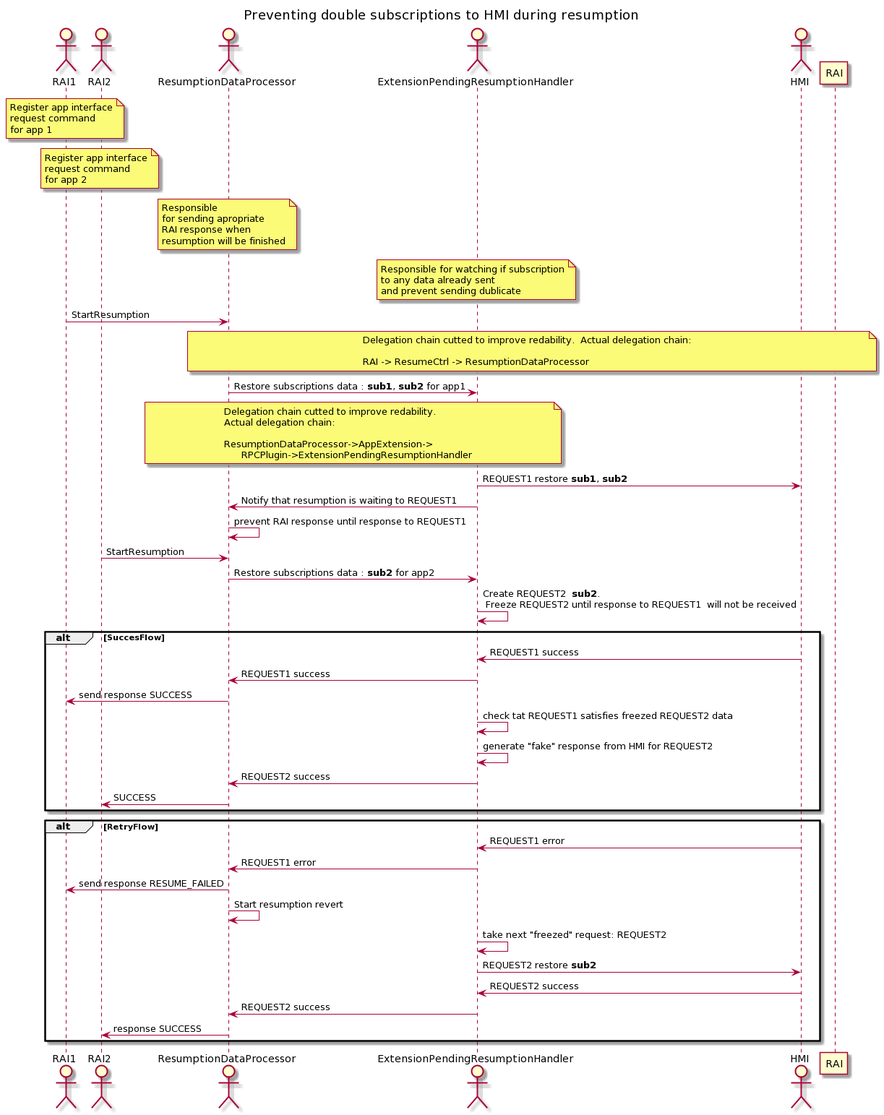
The PlantUML diagram docs/Developer Documentation/ResumeController/assets/subscriptoins_restore_sequence.png in smartdevicelink/sdl_core_guides, before a commit. Source of this version:
```plantuml
@startuml
title Preventing double subscriptions to HMI during resumption

actor RAI1
actor RAI2
actor ResumptionDataProcessor
actor ExtensionPendingResumptionHandler
actor HMI

note over RAI1
  Register app interface
  request command
  for app 1
end note


note over RAI2
  Register app interface
  request command
  for app 2
end note

note over ResumptionDataProcessor
  Responsible
  for sending apropriate
  RAI response when
  resumption will be finished
end note

note over ExtensionPendingResumptionHandler
  Responsible for watching if subscription
  to any data already sent
  and prevent sending dublicate
end note

RAI1 -> ResumptionDataProcessor : StartResumption
note over RAI, ResumptionDataProcessor
  Delegation chain cutted to improve redability.  Actual delegation chain:

  RAI -> ResumeCtrl -> ResumptionDataProcessor
end note

ResumptionDataProcessor -> ExtensionPendingResumptionHandler : Restore subscriptions data : **sub1**, **sub2** for app1
note over ResumptionDataProcessor, ExtensionPendingResumptionHandler
  Delegation chain cutted to improve redability.
  Actual delegation chain:

  ResumptionDataProcessor->AppExtension->
        RPCPlugin->ExtensionPendingResumptionHandler
end note
ExtensionPendingResumptionHandler -> HMI : REQUEST1 restore **sub1**, **sub2**
ExtensionPendingResumptionHandler -> ResumptionDataProcessor : Notify that resumption is waiting to REQUEST1
ResumptionDataProcessor -> ResumptionDataProcessor : prevent RAI response until response to REQUEST1
RAI2 -> ResumptionDataProcessor : StartResumption
ResumptionDataProcessor -> ExtensionPendingResumptionHandler : Restore subscriptions data : **sub2** for app2
ExtensionPendingResumptionHandler -> ExtensionPendingResumptionHandler : Create REQUEST2  **sub2**. \n Freeze REQUEST2 until response to REQUEST1  will not be received

alt SuccesFlow
HMI -> ExtensionPendingResumptionHandler : REQUEST1 success
ExtensionPendingResumptionHandler -> ResumptionDataProcessor :  REQUEST1 success
ResumptionDataProcessor -> RAI1 : send response SUCCESS
ExtensionPendingResumptionHandler -> ExtensionPendingResumptionHandler : check tat REQUEST1 satisfies freezed REQUEST2 data
ExtensionPendingResumptionHandler -> ExtensionPendingResumptionHandler : generate "fake" response from HMI for REQUEST2
ExtensionPendingResumptionHandler -> ResumptionDataProcessor : REQUEST2 success
ResumptionDataProcessor -> RAI2 : SUCCESS
end

alt RetryFlow
HMI -> ExtensionPendingResumptionHandler : REQUEST1 error
ExtensionPendingResumptionHandler -> ResumptionDataProcessor :  REQUEST1 error
ResumptionDataProcessor -> RAI1 : send response RESUME_FAILED
ResumptionDataProcessor -> ResumptionDataProcessor : Start resumption revert
ExtensionPendingResumptionHandler -> ExtensionPendingResumptionHandler : take next "freezed" request: REQUEST2

ExtensionPendingResumptionHandler -> HMI :  REQUEST2 restore **sub2**
HMI -> ExtensionPendingResumptionHandler : REQUEST2 success
ExtensionPendingResumptionHandler -> ResumptionDataProcessor : REQUEST2 success
ResumptionDataProcessor -> RAI2 : response SUCCESS
end
@enduml
```
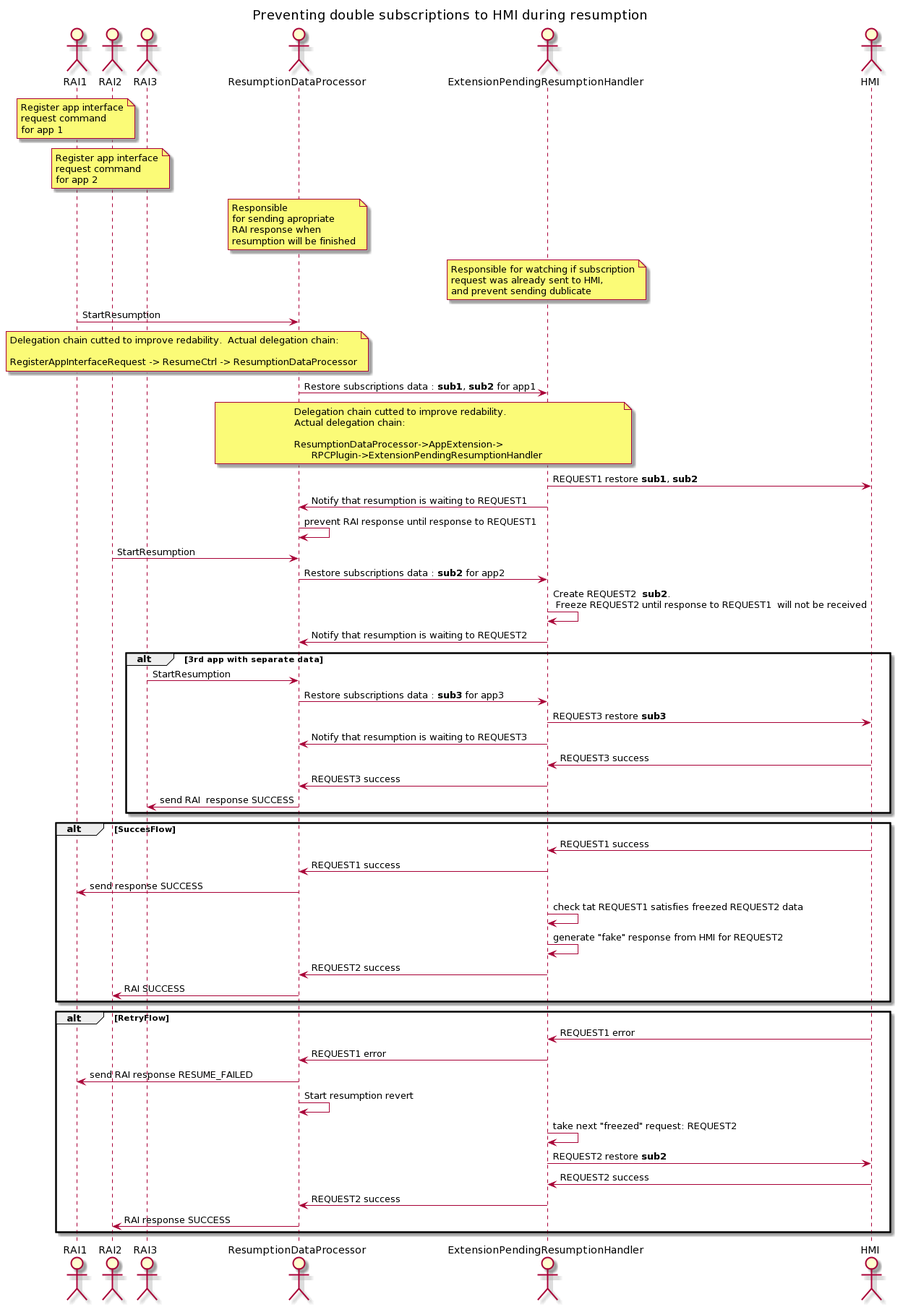
The same diagram one commit later.

Change to the diagram source:
```diff
@@ -3,6 +3,7 @@
 
 actor RAI1
 actor RAI2
+actor RAI3
 actor ResumptionDataProcessor
 actor ExtensionPendingResumptionHandler
 actor HMI
@@ -29,15 +30,15 @@
 
 note over ExtensionPendingResumptionHandler
   Responsible for watching if subscription
-  to any data already sent
+  request was already sent to HMI,
   and prevent sending dublicate
 end note
 
 RAI1 -> ResumptionDataProcessor : StartResumption
-note over RAI, ResumptionDataProcessor
+note over RAI1, ResumptionDataProcessor
   Delegation chain cutted to improve redability.  Actual delegation chain:
 
-  RAI -> ResumeCtrl -> ResumptionDataProcessor
+  RegisterAppInterfaceRequest -> ResumeCtrl -> ResumptionDataProcessor
 end note
 
 ResumptionDataProcessor -> ExtensionPendingResumptionHandler : Restore subscriptions data : **sub1**, **sub2** for app1
@@ -54,6 +55,17 @@
 RAI2 -> ResumptionDataProcessor : StartResumption
 ResumptionDataProcessor -> ExtensionPendingResumptionHandler : Restore subscriptions data : **sub2** for app2
 ExtensionPendingResumptionHandler -> ExtensionPendingResumptionHandler : Create REQUEST2  **sub2**. \n Freeze REQUEST2 until response to REQUEST1  will not be received
+ExtensionPendingResumptionHandler -> ResumptionDataProcessor : Notify that resumption is waiting to REQUEST2
+
+alt 3rd app with separate data
+RAI3 -> ResumptionDataProcessor : StartResumption
+ResumptionDataProcessor -> ExtensionPendingResumptionHandler : Restore subscriptions data : **sub3** for app3
+ExtensionPendingResumptionHandler -> HMI : REQUEST3 restore **sub3**
+ExtensionPendingResumptionHandler -> ResumptionDataProcessor : Notify that resumption is waiting to REQUEST3
+HMI -> ExtensionPendingResumptionHandler : REQUEST3 success
+ExtensionPendingResumptionHandler -> ResumptionDataProcessor :  REQUEST3 success
+ResumptionDataProcessor -> RAI3 : send RAI  response SUCCESS
+end
 
 alt SuccesFlow
 HMI -> ExtensionPendingResumptionHandler : REQUEST1 success
@@ -62,19 +74,19 @@
 ExtensionPendingResumptionHandler -> ExtensionPendingResumptionHandler : check tat REQUEST1 satisfies freezed REQUEST2 data
 ExtensionPendingResumptionHandler -> ExtensionPendingResumptionHandler : generate "fake" response from HMI for REQUEST2
 ExtensionPendingResumptionHandler -> ResumptionDataProcessor : REQUEST2 success
-ResumptionDataProcessor -> RAI2 : SUCCESS
+ResumptionDataProcessor -> RAI2 : RAI SUCCESS
 end
 
 alt RetryFlow
 HMI -> ExtensionPendingResumptionHandler : REQUEST1 error
 ExtensionPendingResumptionHandler -> ResumptionDataProcessor :  REQUEST1 error
-ResumptionDataProcessor -> RAI1 : send response RESUME_FAILED
+ResumptionDataProcessor -> RAI1 : send RAI response RESUME_FAILED
 ResumptionDataProcessor -> ResumptionDataProcessor : Start resumption revert
 ExtensionPendingResumptionHandler -> ExtensionPendingResumptionHandler : take next "freezed" request: REQUEST2
 
 ExtensionPendingResumptionHandler -> HMI :  REQUEST2 restore **sub2**
 HMI -> ExtensionPendingResumptionHandler : REQUEST2 success
 ExtensionPendingResumptionHandler -> ResumptionDataProcessor : REQUEST2 success
-ResumptionDataProcessor -> RAI2 : response SUCCESS
+ResumptionDataProcessor -> RAI2 : RAI response SUCCESS
 end
 @enduml
```
